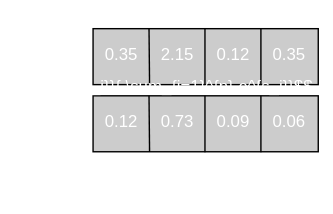
Earlier version of the draw.io export assets/ce_softmax.svg (chad2/ann_opencl). Source tidied: cells renumbered, new cells last; positions are measured from the earlier drawing's top-left corner, leaving out a move shared by most shapes. The source it was exported from:
```xml
<mxGraphModel background="#D4E1F5" math="1">
  <root>
    <mxCell id="0" />
    <mxCell id="1" parent="0" />
    <mxCell id="2" value="&lt;font style=&quot;font-size: 20px&quot;&gt;$$s$$&lt;/font&gt;" style="text;html=1;strokeColor=none;fillColor=none;align=center;verticalAlign=middle;whiteSpace=wrap;rounded=0;shadow=0;glass=0;comic=0;fontColor=#FFFFFF;labelBorderColor=none;" parent="1" vertex="1">
      <mxGeometry x="14" y="25" width="40" height="20" as="geometry" />
    </mxCell>
    <mxCell id="3" style="rounded=0;whiteSpace=wrap;html=1;shadow=0;glass=0;comic=0;fontColor=#FFFFFF;labelBorderColor=none;fillColor=#CCCCCC;" parent="1" vertex="1">
      <mxGeometry x="66" y="20" width="161" height="40" as="geometry" />
    </mxCell>
    <mxCell id="4" style="endArrow=none;html=1;exitX=0.25;exitY=1;fontColor=#FFFFFF;labelBorderColor=none;" parent="1" edge="1" source="3">
      <mxGeometry relative="1" as="geometry">
        <mxPoint x="106" y="20" as="targetPoint" />
      </mxGeometry>
    </mxCell>
    <mxCell id="5" style="endArrow=none;html=1;exitX=0.125;exitY=1.008;exitPerimeter=0;fontColor=#FFFFFF;labelBorderColor=none;" parent="1" edge="1">
      <mxGeometry relative="1" as="geometry">
        <mxPoint x="146" y="60.3" as="sourcePoint" />
        <mxPoint x="146" y="20" as="targetPoint" />
      </mxGeometry>
    </mxCell>
    <mxCell id="6" style="endArrow=none;html=1;exitX=0.125;exitY=1.008;exitPerimeter=0;fontColor=#FFFFFF;labelBorderColor=none;" parent="1" edge="1">
      <mxGeometry relative="1" as="geometry">
        <mxPoint x="186" y="60.3" as="sourcePoint" />
        <mxPoint x="186" y="20" as="targetPoint" />
      </mxGeometry>
    </mxCell>
    <mxCell id="7" value="0.35" style="text;html=1;strokeColor=none;fillColor=none;align=center;verticalAlign=middle;whiteSpace=wrap;rounded=0;shadow=0;glass=0;comic=0;fontColor=#FFFFFF;labelBorderColor=none;" parent="1" vertex="1">
      <mxGeometry x="66" y="30" width="40" height="20" as="geometry" />
    </mxCell>
    <mxCell id="8" value="0.12" style="text;html=1;strokeColor=none;fillColor=none;align=center;verticalAlign=middle;whiteSpace=wrap;rounded=0;shadow=0;glass=0;comic=0;fontColor=#FFFFFF;labelBorderColor=none;" parent="1" vertex="1">
      <mxGeometry x="146" y="30" width="40" height="20" as="geometry" />
    </mxCell>
    <mxCell id="9" value="2.15" style="text;html=1;strokeColor=none;fillColor=none;align=center;verticalAlign=middle;whiteSpace=wrap;rounded=0;shadow=0;glass=0;comic=0;fontColor=#FFFFFF;labelBorderColor=none;" parent="1" vertex="1">
      <mxGeometry x="106" y="30" width="40" height="20" as="geometry" />
    </mxCell>
    <mxCell id="10" value="0.35" style="text;html=1;strokeColor=none;fillColor=none;align=center;verticalAlign=middle;whiteSpace=wrap;rounded=0;shadow=0;glass=0;comic=0;fontColor=#FFFFFF;labelBorderColor=none;" parent="1" vertex="1">
      <mxGeometry x="186" y="30" width="40" height="20" as="geometry" />
    </mxCell>
    <mxCell id="11" value="0" style="text;html=1;strokeColor=none;fillColor=none;align=center;verticalAlign=middle;whiteSpace=wrap;rounded=0;shadow=0;glass=0;comic=0;fontColor=#FFFFFF;labelBorderColor=none;" parent="1" vertex="1">
      <mxGeometry x="66" width="40" height="20" as="geometry" />
    </mxCell>
    <mxCell id="12" value="1" style="text;html=1;strokeColor=none;fillColor=none;align=center;verticalAlign=middle;whiteSpace=wrap;rounded=0;shadow=0;glass=0;comic=0;fontColor=#FFFFFF;labelBorderColor=none;" parent="1" vertex="1">
      <mxGeometry x="106" width="40" height="20" as="geometry" />
    </mxCell>
    <mxCell id="13" value="2" style="text;html=1;strokeColor=none;fillColor=none;align=center;verticalAlign=middle;whiteSpace=wrap;rounded=0;shadow=0;glass=0;comic=0;fontColor=#FFFFFF;labelBorderColor=none;" parent="1" vertex="1">
      <mxGeometry x="146" width="40" height="20" as="geometry" />
    </mxCell>
    <mxCell id="14" value="3" style="text;html=1;strokeColor=none;fillColor=none;align=center;verticalAlign=middle;whiteSpace=wrap;rounded=0;shadow=0;glass=0;comic=0;fontColor=#FFFFFF;labelBorderColor=none;" parent="1" vertex="1">
      <mxGeometry x="186" width="40" height="20" as="geometry" />
    </mxCell>
    <mxCell id="15" style="rounded=0;whiteSpace=wrap;html=1;shadow=0;glass=0;comic=0;fontColor=#FFFFFF;labelBorderColor=none;fillColor=#CCCCCC;" parent="1" vertex="1">
      <mxGeometry x="66" y="68" width="161" height="40" as="geometry" />
    </mxCell>
    <mxCell id="16" style="endArrow=none;html=1;exitX=0.25;exitY=1;fontColor=#FFFFFF;labelBorderColor=none;" parent="1" edge="1" source="15">
      <mxGeometry relative="1" as="geometry">
        <mxPoint x="106" y="68" as="targetPoint" />
      </mxGeometry>
    </mxCell>
    <mxCell id="17" style="endArrow=none;html=1;exitX=0.125;exitY=1.008;exitPerimeter=0;fontColor=#FFFFFF;labelBorderColor=none;" parent="1" edge="1">
      <mxGeometry relative="1" as="geometry">
        <mxPoint x="146" y="108.3" as="sourcePoint" />
        <mxPoint x="146" y="68" as="targetPoint" />
      </mxGeometry>
    </mxCell>
    <mxCell id="18" style="endArrow=none;html=1;exitX=0.125;exitY=1.008;exitPerimeter=0;fontColor=#FFFFFF;labelBorderColor=none;" parent="1" edge="1">
      <mxGeometry relative="1" as="geometry">
        <mxPoint x="186" y="108.3" as="sourcePoint" />
        <mxPoint x="186" y="68" as="targetPoint" />
      </mxGeometry>
    </mxCell>
    <mxCell id="19" value="0.12&lt;br&gt;" style="text;html=1;strokeColor=none;fillColor=none;align=center;verticalAlign=middle;whiteSpace=wrap;rounded=0;shadow=0;glass=0;comic=0;fontColor=#FFFFFF;labelBorderColor=none;" parent="1" vertex="1">
      <mxGeometry x="66" y="78" width="40" height="20" as="geometry" />
    </mxCell>
    <mxCell id="20" value="0.09" style="text;html=1;strokeColor=none;fillColor=none;align=center;verticalAlign=middle;whiteSpace=wrap;rounded=0;shadow=0;glass=0;comic=0;fontColor=#FFFFFF;labelBorderColor=none;" parent="1" vertex="1">
      <mxGeometry x="146" y="78" width="40" height="20" as="geometry" />
    </mxCell>
    <mxCell id="21" value="0.73" style="text;html=1;strokeColor=none;fillColor=none;align=center;verticalAlign=middle;whiteSpace=wrap;rounded=0;shadow=0;glass=0;comic=0;fontColor=#FFFFFF;labelBorderColor=none;" parent="1" vertex="1">
      <mxGeometry x="106" y="78" width="40" height="20" as="geometry" />
    </mxCell>
    <mxCell id="22" value="0.06" style="text;html=1;strokeColor=none;fillColor=none;align=center;verticalAlign=middle;whiteSpace=wrap;rounded=0;shadow=0;glass=0;comic=0;fontColor=#FFFFFF;labelBorderColor=none;" parent="1" vertex="1">
      <mxGeometry x="186" y="78" width="40" height="20" as="geometry" />
    </mxCell>
    <mxCell id="23" value="$$\frac{e^{s_i}}{ \sum_{j=1}^{n} e^{s_j}}$$" style="text;html=1;align=left;verticalAlign=top;spacingTop=-4;fontColor=#FFFFFF;labelBorderColor=none;" parent="1" vertex="1">
      <mxGeometry y="54" width="237" height="14" as="geometry" />
    </mxCell>
    <mxCell id="24" value="$$ L=&lt;br&gt;-\log0.73 = 0.32$$" style="text;html=1;strokeColor=none;fillColor=none;align=center;verticalAlign=middle;whiteSpace=wrap;rounded=0;shadow=0;glass=0;comic=0;fontColor=#FFFFFF;labelBorderColor=none;" parent="1" vertex="1">
      <mxGeometry x="114" y="120" width="40" height="20" as="geometry" />
    </mxCell>
  </root>
</mxGraphModel>
```
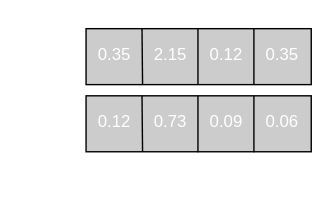
Above is the later version.

The edit, as a diff of the source:
```diff
@@ -81,11 +81,11 @@
     <mxCell id="22" value="0.06" style="text;html=1;strokeColor=none;fillColor=none;align=center;verticalAlign=middle;whiteSpace=wrap;rounded=0;shadow=0;glass=0;comic=0;fontColor=#FFFFFF;labelBorderColor=none;" parent="1" vertex="1">
       <mxGeometry x="186" y="78" width="40" height="20" as="geometry" />
     </mxCell>
-    <mxCell id="23" value="$$\frac{e^{s_i}}{ \sum_{j=1}^{n} e^{s_j}}$$" style="text;html=1;align=left;verticalAlign=top;spacingTop=-4;fontColor=#FFFFFF;labelBorderColor=none;" parent="1" vertex="1">
-      <mxGeometry y="54" width="237" height="14" as="geometry" />
-    </mxCell>
-    <mxCell id="24" value="$$ L=&lt;br&gt;-\log0.73 = 0.32$$" style="text;html=1;strokeColor=none;fillColor=none;align=center;verticalAlign=middle;whiteSpace=wrap;rounded=0;shadow=0;glass=0;comic=0;fontColor=#FFFFFF;labelBorderColor=none;" parent="1" vertex="1">
-      <mxGeometry x="114" y="120" width="40" height="20" as="geometry" />
+    <mxCell id="24" value="$$ L=&lt;br&gt;-\log(0.73) = 0.32$$" style="text;html=1;strokeColor=none;fillColor=none;align=center;verticalAlign=middle;whiteSpace=wrap;rounded=0;shadow=0;glass=0;comic=0;fontColor=#FFFFFF;labelBorderColor=none;" parent="1" vertex="1">
+      <mxGeometry x="118" y="120" width="40" height="20" as="geometry" />
     </mxCell>
+    <mxCell id="25" value="probs" style="text;html=1;strokeColor=none;fillColor=none;align=center;verticalAlign=middle;whiteSpace=wrap;rounded=0;fontColor=#FFFFFF;" parent="1" vertex="1">
+      <mxGeometry x="12" y="78" width="40" height="20" as="geometry" />
+    </mxCell>
   </root>
 </mxGraphModel>
```
